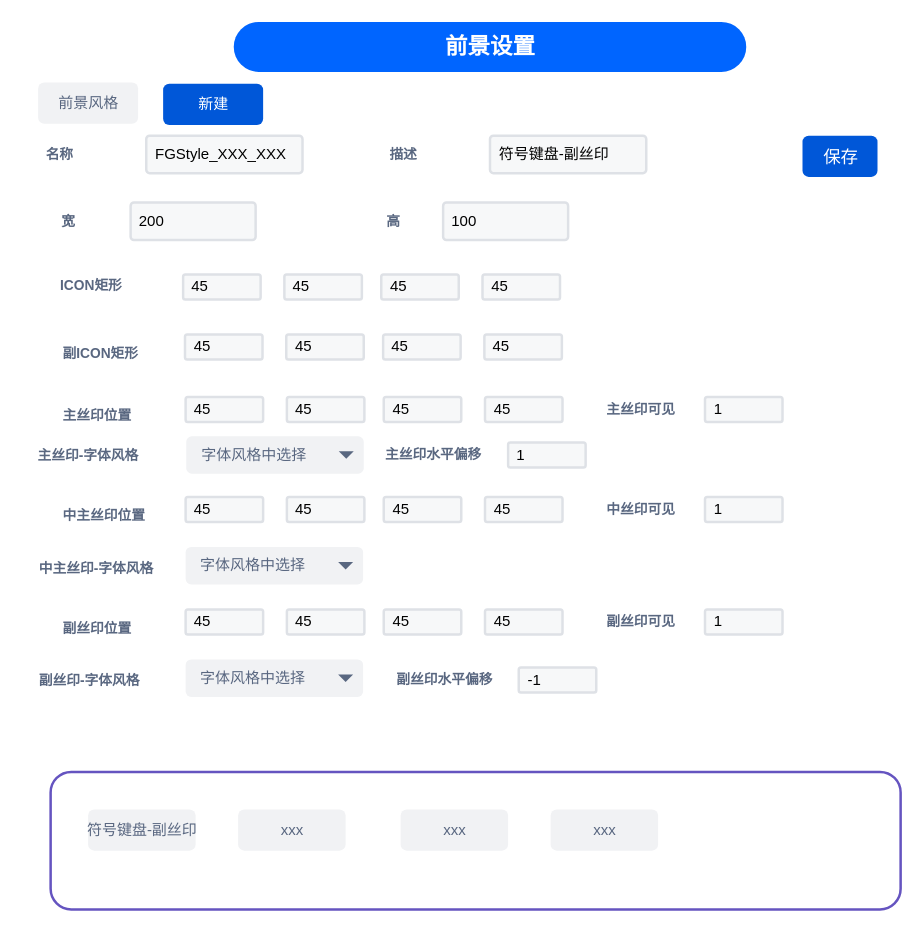
chonglv/charts keeps this draw.io diagram as layout-editor/前景风格设置.drawio. Above is the earlier version. Source tidied: cells renumbered, new cells numbered last; positions are measured from the earlier drawing's top-left corner, leaving out a move shared by most shapes. Both pictures are drawn from the tidied source at 125%, with x=0, y=0 at pixel (20, 21).
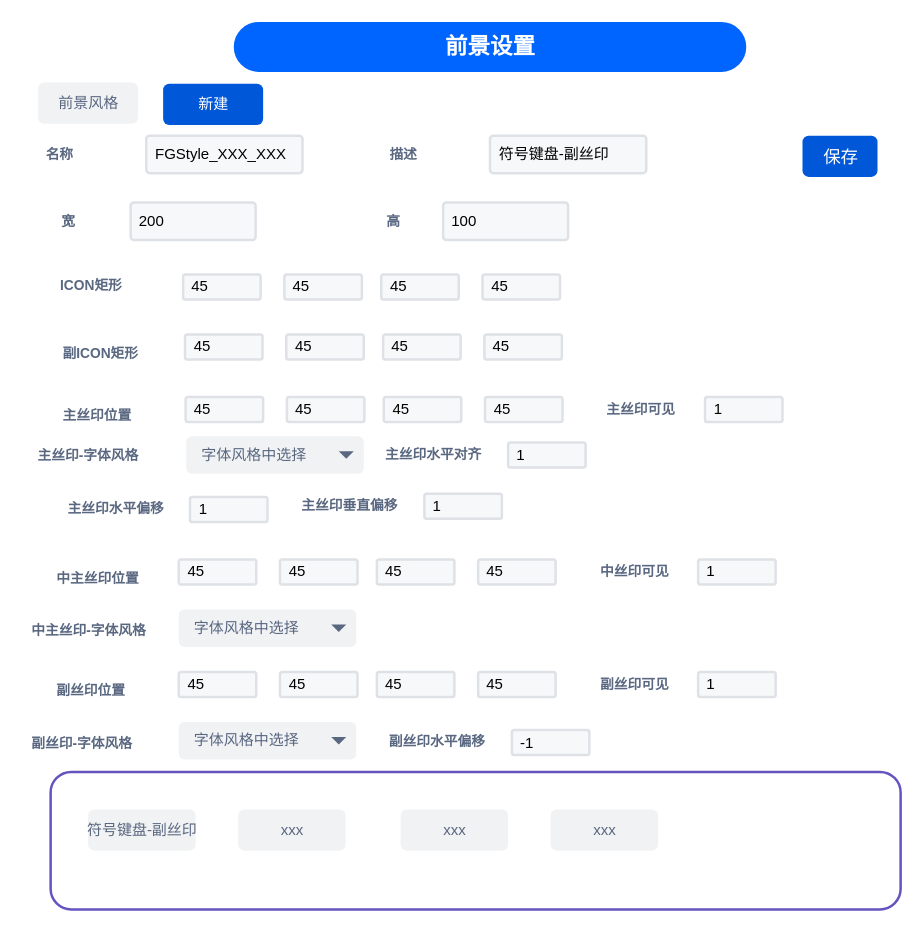
The same diagram, later.

Commit message:
更新前景风格设置.drawio

Change to the diagram source:
```diff
@@
     <mxCell id="28" value="中主丝印位置" style="fillColor=none;strokeColor=none;html=1;fontSize=11;fontStyle=0;align=left;fontColor=#596780;fontStyle=1;fontSize=11;" parent="1" vertex="1">
-      <mxGeometry x="32" y="385" width="60" height="20" as="geometry" />
+      <mxGeometry x="26.5" y="435" width="60" height="20" as="geometry" />
     </mxCell>
     <mxCell id="29" value="45" style="rounded=1;arcSize=9;fillColor=#F7F8F9;align=left;spacingLeft=5;strokeColor=#DEE1E6;html=1;strokeWidth=2;fontSize=12;" parent="1" vertex="1">
-      <mxGeometry x="132" y="380" width="62" height="20" as="geometry" />
+      <mxGeometry x="126.5" y="430" width="62" height="20" as="geometry" />
     </mxCell>
     <mxCell id="30" value="45" style="rounded=1;arcSize=9;fillColor=#F7F8F9;align=left;spacingLeft=5;strokeColor=#DEE1E6;html=1;strokeWidth=2;fontSize=12;" parent="1" vertex="1">
-      <mxGeometry x="213" y="380" width="62" height="20" as="geometry" />
+      <mxGeometry x="207.5" y="430" width="62" height="20" as="geometry" />
     </mxCell>
     <mxCell id="31" value="45" style="rounded=1;arcSize=9;fillColor=#F7F8F9;align=left;spacingLeft=5;strokeColor=#DEE1E6;html=1;strokeWidth=2;fontSize=12;" parent="1" vertex="1">
-      <mxGeometry x="290.5" y="380" width="62" height="20" as="geometry" />
+      <mxGeometry x="285" y="430" width="62" height="20" as="geometry" />
     </mxCell>
     <mxCell id="32" value="45" style="rounded=1;arcSize=9;fillColor=#F7F8F9;align=left;spacingLeft=5;strokeColor=#DEE1E6;html=1;strokeWidth=2;fontSize=12;" parent="1" vertex="1">
-      <mxGeometry x="371.5" y="380" width="62" height="20" as="geometry" />
+      <mxGeometry x="366" y="430" width="62" height="20" as="geometry" />
     </mxCell>
     <mxCell id="33" value="中主丝印-字体风格" style="fillColor=none;strokeColor=none;html=1;fontSize=11;fontStyle=0;align=left;fontColor=#596780;fontStyle=1;fontSize=11;" parent="1" vertex="1">
-      <mxGeometry x="12.5" y="426.5" width="93" height="20" as="geometry" />
+      <mxGeometry x="7" y="476.5" width="93" height="20" as="geometry" />
     </mxCell>
     <mxCell id="34" value="字体风格中选择" style="rounded=1;fillColor=#F1F2F4;strokeColor=none;html=1;fontColor=#596780;align=left;fontSize=12;spacingLeft=10;" parent="1" vertex="1">
-      <mxGeometry x="132" y="420" width="142" height="30" as="geometry" />
+      <mxGeometry x="126.5" y="470" width="142" height="30" as="geometry" />
     </mxCell>
@@
     <mxCell id="36" value="副丝印位置" style="fillColor=none;strokeColor=none;html=1;fontSize=11;fontStyle=0;align=left;fontColor=#596780;fontStyle=1;fontSize=11;" parent="1" vertex="1">
-      <mxGeometry x="32" y="475" width="60" height="20" as="geometry" />
+      <mxGeometry x="26.5" y="525" width="60" height="20" as="geometry" />
     </mxCell>
     <mxCell id="37" value="45" style="rounded=1;arcSize=9;fillColor=#F7F8F9;align=left;spacingLeft=5;strokeColor=#DEE1E6;html=1;strokeWidth=2;fontSize=12;" parent="1" vertex="1">
-      <mxGeometry x="132" y="470" width="62" height="20" as="geometry" />
+      <mxGeometry x="126.5" y="520" width="62" height="20" as="geometry" />
     </mxCell>
     <mxCell id="38" value="45" style="rounded=1;arcSize=9;fillColor=#F7F8F9;align=left;spacingLeft=5;strokeColor=#DEE1E6;html=1;strokeWidth=2;fontSize=12;" parent="1" vertex="1">
-      <mxGeometry x="213" y="470" width="62" height="20" as="geometry" />
+      <mxGeometry x="207.5" y="520" width="62" height="20" as="geometry" />
     </mxCell>
     <mxCell id="39" value="45" style="rounded=1;arcSize=9;fillColor=#F7F8F9;align=left;spacingLeft=5;strokeColor=#DEE1E6;html=1;strokeWidth=2;fontSize=12;" parent="1" vertex="1">
-      <mxGeometry x="290.5" y="470" width="62" height="20" as="geometry" />
+      <mxGeometry x="285" y="520" width="62" height="20" as="geometry" />
     </mxCell>
     <mxCell id="40" value="45" style="rounded=1;arcSize=9;fillColor=#F7F8F9;align=left;spacingLeft=5;strokeColor=#DEE1E6;html=1;strokeWidth=2;fontSize=12;" parent="1" vertex="1">
-      <mxGeometry x="371.5" y="470" width="62" height="20" as="geometry" />
+      <mxGeometry x="366" y="520" width="62" height="20" as="geometry" />
     </mxCell>
     <mxCell id="41" value="副丝印-字体风格" style="fillColor=none;strokeColor=none;html=1;fontSize=11;fontStyle=0;align=left;fontColor=#596780;fontStyle=1;fontSize=11;" parent="1" vertex="1">
-      <mxGeometry x="12.5" y="516.5" width="93" height="20" as="geometry" />
+      <mxGeometry x="7" y="566.5" width="93" height="20" as="geometry" />
     </mxCell>
     <mxCell id="42" value="字体风格中选择" style="rounded=1;fillColor=#F1F2F4;strokeColor=none;html=1;fontColor=#596780;align=left;fontSize=12;spacingLeft=10;" parent="1" vertex="1">
-      <mxGeometry x="132" y="510" width="142" height="30" as="geometry" />
+      <mxGeometry x="126.5" y="560" width="142" height="30" as="geometry" />
     </mxCell>
@@
-    <mxCell id="50" value="主丝印水平偏移" style="fillColor=none;strokeColor=none;html=1;fontSize=11;fontStyle=0;align=left;fontColor=#596780;fontStyle=1;fontSize=11;" parent="1" vertex="1">
+    <mxCell id="50" value="主丝印水平对齐" style="fillColor=none;strokeColor=none;html=1;fontSize=11;fontStyle=0;align=left;fontColor=#596780;fontStyle=1;fontSize=11;" parent="1" vertex="1">
       <mxGeometry x="290" y="337" width="89" height="17" as="geometry" />
     </mxCell>
@@
     <mxCell id="52" value="副丝印水平偏移" style="fillColor=none;strokeColor=none;html=1;fontSize=11;fontStyle=0;align=left;fontColor=#596780;fontStyle=1;fontSize=11;" parent="1" vertex="1">
-      <mxGeometry x="298.5" y="517" width="89" height="17" as="geometry" />
+      <mxGeometry x="293" y="567" width="89" height="17" as="geometry" />
     </mxCell>
     <mxCell id="53" value="-1" style="rounded=1;arcSize=9;fillColor=#F7F8F9;align=left;spacingLeft=5;strokeColor=#DEE1E6;html=1;strokeWidth=2;fontSize=12;" parent="1" vertex="1">
-      <mxGeometry x="398.5" y="516.5" width="62" height="20" as="geometry" />
+      <mxGeometry x="393" y="566.5" width="62" height="20" as="geometry" />
     </mxCell>
@@
     <mxCell id="56" value="中丝印可见" style="fillColor=none;strokeColor=none;html=1;fontSize=11;fontStyle=0;align=left;fontColor=#596780;fontStyle=1;fontSize=11;" parent="1" vertex="1">
-      <mxGeometry x="467" y="380" width="60" height="20" as="geometry" />
+      <mxGeometry x="461.5" y="430" width="60" height="20" as="geometry" />
     </mxCell>
     <mxCell id="57" value="1" style="rounded=1;arcSize=9;fillColor=#F7F8F9;align=left;spacingLeft=5;strokeColor=#DEE1E6;html=1;strokeWidth=2;fontSize=12;" parent="1" vertex="1">
-      <mxGeometry x="547.5" y="380" width="62" height="20" as="geometry" />
+      <mxGeometry x="542" y="430" width="62" height="20" as="geometry" />
     </mxCell>
     <mxCell id="58" value="副丝印可见" style="fillColor=none;strokeColor=none;html=1;fontSize=11;fontStyle=0;align=left;fontColor=#596780;fontStyle=1;fontSize=11;" parent="1" vertex="1">
-      <mxGeometry x="467" y="470" width="60" height="20" as="geometry" />
+      <mxGeometry x="461.5" y="520" width="60" height="20" as="geometry" />
     </mxCell>
     <mxCell id="59" value="1" style="rounded=1;arcSize=9;fillColor=#F7F8F9;align=left;spacingLeft=5;strokeColor=#DEE1E6;html=1;strokeWidth=2;fontSize=12;" parent="1" vertex="1">
-      <mxGeometry x="547.5" y="470" width="62" height="20" as="geometry" />
+      <mxGeometry x="542" y="520" width="62" height="20" as="geometry" />
     </mxCell>
@@
+    <mxCell id="63" value="主丝印水平偏移" style="fillColor=none;strokeColor=none;html=1;fontSize=11;fontStyle=0;align=left;fontColor=#596780;fontStyle=1;fontSize=11;" parent="1" vertex="1">
+      <mxGeometry x="35.5" y="380.5" width="89" height="17" as="geometry" />
+    </mxCell>
+    <mxCell id="64" value="1" style="rounded=1;arcSize=9;fillColor=#F7F8F9;align=left;spacingLeft=5;strokeColor=#DEE1E6;html=1;strokeWidth=2;fontSize=12;" parent="1" vertex="1">
+      <mxGeometry x="135.5" y="380" width="62" height="20" as="geometry" />
+    </mxCell>
+    <mxCell id="65" value="主丝印垂直偏移" style="fillColor=none;strokeColor=none;html=1;fontSize=11;fontStyle=0;align=left;fontColor=#596780;fontStyle=1;fontSize=11;" parent="1" vertex="1">
+      <mxGeometry x="223" y="378" width="89" height="17" as="geometry" />
+    </mxCell>
+    <mxCell id="66" value="1" style="rounded=1;arcSize=9;fillColor=#F7F8F9;align=left;spacingLeft=5;strokeColor=#DEE1E6;html=1;strokeWidth=2;fontSize=12;" parent="1" vertex="1">
+      <mxGeometry x="323" y="377.5" width="62" height="20" as="geometry" />
+    </mxCell>
```
